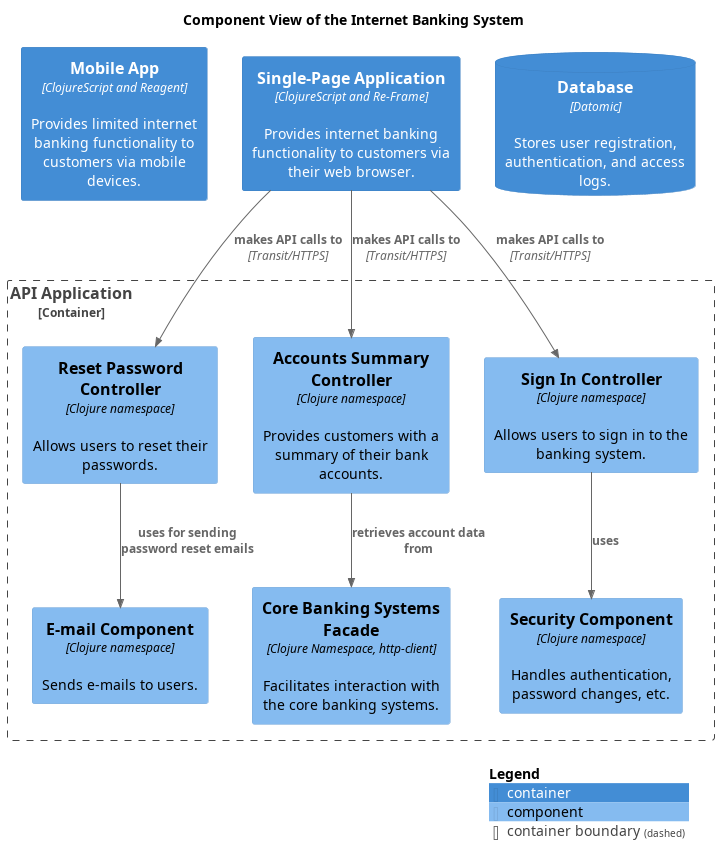
soulspace-org/my-bank-model keeps this PlantUML diagram as docs/mybank/digital-banking/internet-banking-system/component-view.png. Above is the earlier version. The source it was exported from:
```plantuml
@startuml component-view
!include <C4/C4_Component.puml>
!include <awslib14/AWSCommon>
!include <awslib14/AWSC4Integration>
!include <azure/AzureCommon>
!include <azure/AzureC4Integration>
!include <tupadr3/common>


LAYOUT_TOP_DOWN()




title Component View of the Internet Banking System
Container(mybank_digitalBanking_internetBankingSystem_mobileApp, "Mobile App", $descr="Provides limited internet banking functionality to customers via mobile devices.", $techn="ClojureScript and Reagent")
Container_Boundary(mybank_digitalBanking_internetBankingSystem_apiApplication, "API Application") {
  Component(mybank_digitalBanking_internetBankingSystem_securityComponent, "Security Component", $descr="Handles authentication, password changes, etc.", $techn="Clojure namespace")
  Component(mybank_digitalBanking_internetBankingSystem_resetPasswordController, "Reset Password Controller", $descr="Allows users to reset their passwords.", $techn="Clojure namespace")
  Component(mybank_digitalBanking_internetBankingSystem_emailComponent, "E-mail Component", $descr="Sends e-mails to users.", $techn="Clojure namespace")
  Component(mybank_digitalBanking_internetBankingSystem_coreBankingSystemsFacade, "Core Banking Systems Facade", $descr="Facilitates interaction with the core banking systems.", $techn="Clojure Namespace, http-client")
  Component(mybank_digitalBanking_internetBankingSystem_accountsSummaryController, "Accounts Summary Controller", $descr="Provides customers with a summary of their bank accounts.", $techn="Clojure namespace")
  Component(mybank_digitalBanking_internetBankingSystem_signInController, "Sign In Controller", $descr="Allows users to sign in to the banking system.", $techn="Clojure namespace")
}
Container(mybank_digitalBanking_internetBankingSystem_singlePageApp, "Single-Page Application", $descr="Provides internet banking functionality to customers via their web browser.", $techn="ClojureScript and Re-Frame")
ContainerDb(mybank_digitalBanking_internetBankingSystem_database, "Database", $descr="Stores user registration, authentication, and access logs.", $techn="Datomic")
Rel(mybank_digitalBanking_internetBankingSystem_accountsSummaryController, mybank_digitalBanking_internetBankingSystem_coreBankingSystemsFacade, "retrieves account data from")
Rel(mybank_digitalBanking_internetBankingSystem_resetPasswordController, mybank_digitalBanking_internetBankingSystem_emailComponent, "uses for sending password reset emails")
Rel(mybank_digitalBanking_internetBankingSystem_singlePageApp, mybank_digitalBanking_internetBankingSystem_signInController, "makes API calls to", $techn="Transit/HTTPS")
Rel(mybank_digitalBanking_internetBankingSystem_singlePageApp, mybank_digitalBanking_internetBankingSystem_resetPasswordController, "makes API calls to", $techn="Transit/HTTPS")
Rel(mybank_digitalBanking_internetBankingSystem_signInController, mybank_digitalBanking_internetBankingSystem_securityComponent, "uses")
Rel(mybank_digitalBanking_internetBankingSystem_singlePageApp, mybank_digitalBanking_internetBankingSystem_accountsSummaryController, "makes API calls to", $techn="Transit/HTTPS")
SHOW_LEGEND()
@enduml
```
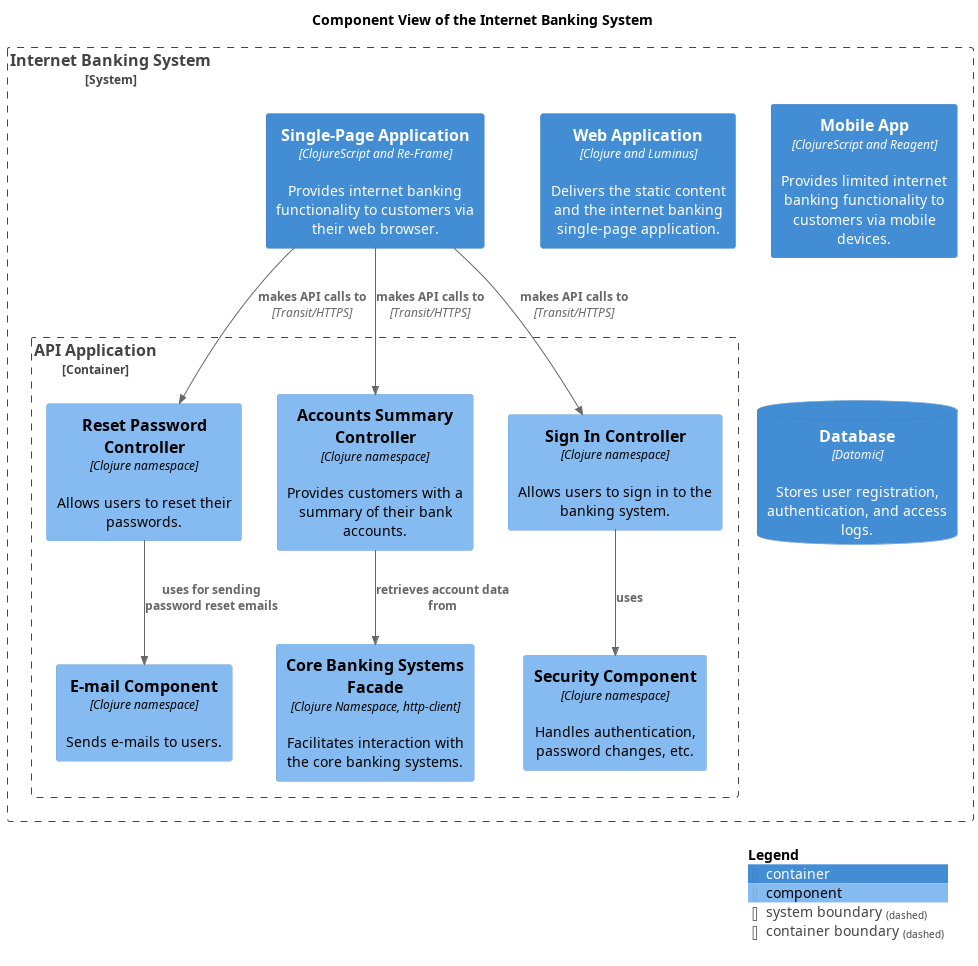
After the commit.

Change to the diagram source:
```diff
@@ -13,17 +13,20 @@
 
 
 title Component View of the Internet Banking System
-Container(mybank_digitalBanking_internetBankingSystem_mobileApp, "Mobile App", $descr="Provides limited internet banking functionality to customers via mobile devices.", $techn="ClojureScript and Reagent")
-Container_Boundary(mybank_digitalBanking_internetBankingSystem_apiApplication, "API Application") {
-  Component(mybank_digitalBanking_internetBankingSystem_securityComponent, "Security Component", $descr="Handles authentication, password changes, etc.", $techn="Clojure namespace")
-  Component(mybank_digitalBanking_internetBankingSystem_resetPasswordController, "Reset Password Controller", $descr="Allows users to reset their passwords.", $techn="Clojure namespace")
-  Component(mybank_digitalBanking_internetBankingSystem_emailComponent, "E-mail Component", $descr="Sends e-mails to users.", $techn="Clojure namespace")
-  Component(mybank_digitalBanking_internetBankingSystem_coreBankingSystemsFacade, "Core Banking Systems Facade", $descr="Facilitates interaction with the core banking systems.", $techn="Clojure Namespace, http-client")
-  Component(mybank_digitalBanking_internetBankingSystem_accountsSummaryController, "Accounts Summary Controller", $descr="Provides customers with a summary of their bank accounts.", $techn="Clojure namespace")
-  Component(mybank_digitalBanking_internetBankingSystem_signInController, "Sign In Controller", $descr="Allows users to sign in to the banking system.", $techn="Clojure namespace")
+System_Boundary(mybank_digitalBanking_internetBankingSystem_internetBankingSystem, "Internet Banking System") {
+  Container_Boundary(mybank_digitalBanking_internetBankingSystem_apiApplication, "API Application") {
+    Component(mybank_digitalBanking_internetBankingSystem_securityComponent, "Security Component", $descr="Handles authentication, password changes, etc.", $techn="Clojure namespace")
+    Component(mybank_digitalBanking_internetBankingSystem_resetPasswordController, "Reset Password Controller", $descr="Allows users to reset their passwords.", $techn="Clojure namespace")
+    Component(mybank_digitalBanking_internetBankingSystem_emailComponent, "E-mail Component", $descr="Sends e-mails to users.", $techn="Clojure namespace")
+    Component(mybank_digitalBanking_internetBankingSystem_coreBankingSystemsFacade, "Core Banking Systems Facade", $descr="Facilitates interaction with the core banking systems.", $techn="Clojure Namespace, http-client")
+    Component(mybank_digitalBanking_internetBankingSystem_accountsSummaryController, "Accounts Summary Controller", $descr="Provides customers with a summary of their bank accounts.", $techn="Clojure namespace")
+    Component(mybank_digitalBanking_internetBankingSystem_signInController, "Sign In Controller", $descr="Allows users to sign in to the banking system.", $techn="Clojure namespace")
+  }
+  Container(mybank_digitalBanking_internetBankingSystem_singlePageApp, "Single-Page Application", $descr="Provides internet banking functionality to customers via their web browser.", $techn="ClojureScript and Re-Frame")
+  Container(mybank_digitalBanking_internetBankingSystem_webApp, "Web Application", $descr="Delivers the static content and the internet banking single-page application.", $techn="Clojure and Luminus")
+  Container(mybank_digitalBanking_internetBankingSystem_mobileApp, "Mobile App", $descr="Provides limited internet banking functionality to customers via mobile devices.", $techn="ClojureScript and Reagent")
+  ContainerDb(mybank_digitalBanking_internetBankingSystem_database, "Database", $descr="Stores user registration, authentication, and access logs.", $techn="Datomic")
 }
-Container(mybank_digitalBanking_internetBankingSystem_singlePageApp, "Single-Page Application", $descr="Provides internet banking functionality to customers via their web browser.", $techn="ClojureScript and Re-Frame")
-ContainerDb(mybank_digitalBanking_internetBankingSystem_database, "Database", $descr="Stores user registration, authentication, and access logs.", $techn="Datomic")
 Rel(mybank_digitalBanking_internetBankingSystem_accountsSummaryController, mybank_digitalBanking_internetBankingSystem_coreBankingSystemsFacade, "retrieves account data from")
 Rel(mybank_digitalBanking_internetBankingSystem_resetPasswordController, mybank_digitalBanking_internetBankingSystem_emailComponent, "uses for sending password reset emails")
 Rel(mybank_digitalBanking_internetBankingSystem_singlePageApp, mybank_digitalBanking_internetBankingSystem_signInController, "makes API calls to", $techn="Transit/HTTPS")
```
